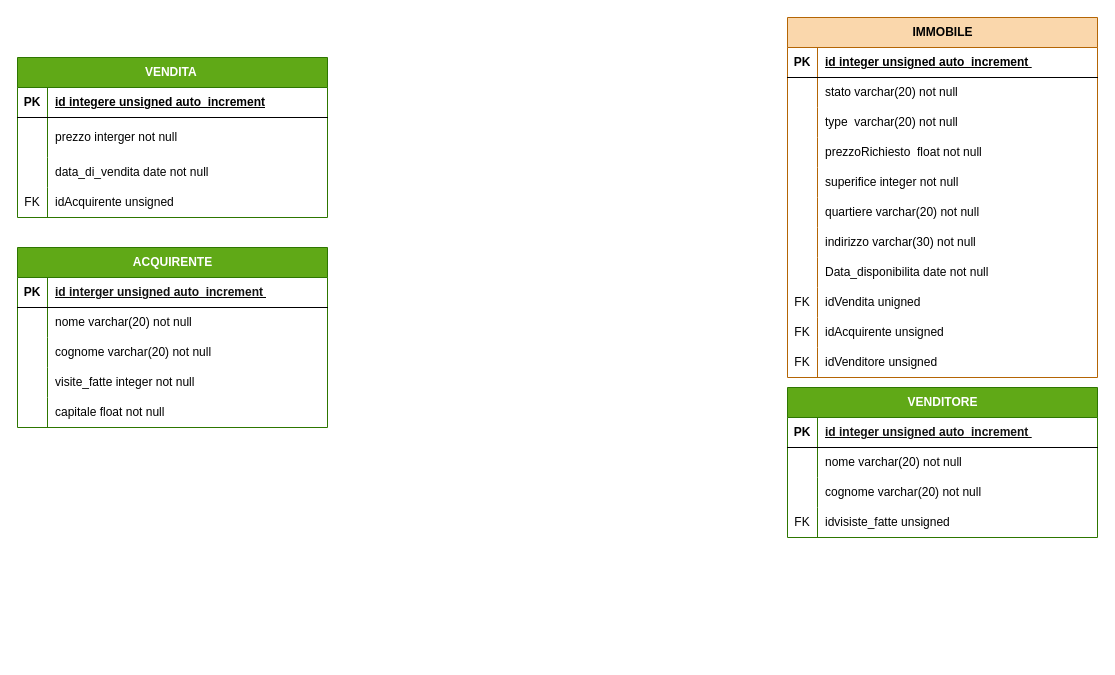
Above: informatica_form_trash_to_pro/csAgenziaImmo/docs/er.drawio in Lanfr4/Galileo_Galilei (draw.io), before the change. Source tidied: cells renumbered, new cells numbered last; positions are measured from the earlier drawing's top-left corner, leaving out a move shared by most shapes. Both pictures are drawn from the tidied source at 100%, with x=0, y=0 at pixel (17, 17).
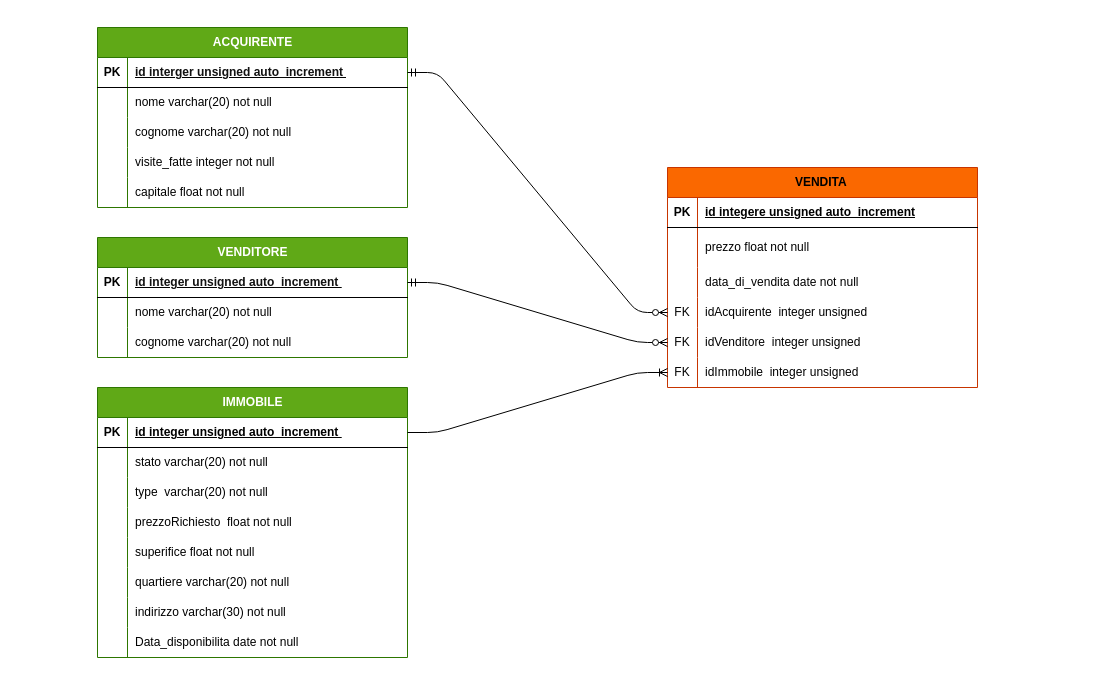
The same page after the edit.

The change refers to these unchanged cells:
```xml
<mxCell id="3" style="shape=tableRow;horizontal=0;startSize=0;swimlaneHead=0;swimlaneBody=0;fillColor=none;points=[[0,0.5],[1,0.5]];portConstraint=eastwest;top=0;left=0;right=0;bottom=1;" parent="2" vertex="1">
  <mxGeometry y="30" width="310" height="30" as="geometry" />
</mxCell>
<mxCell id="19" style="shape=tableRow;horizontal=0;startSize=0;swimlaneHead=0;swimlaneBody=0;fillColor=none;points=[[0,0.5],[1,0.5]];portConstraint=eastwest;top=0;left=0;right=0;bottom=1;" parent="18" vertex="1">
  <mxGeometry y="30" width="310" height="30" as="geometry" />
</mxCell>
<mxCell id="31" style="shape=tableRow;horizontal=0;startSize=0;swimlaneHead=0;swimlaneBody=0;fillColor=none;top=0;left=0;right=0;bottom=0;" parent="18" vertex="1">
  <mxGeometry y="150" width="310" height="30" as="geometry" />
</mxCell>
<mxCell id="56" style="shape=tableRow;horizontal=0;startSize=0;swimlaneHead=0;swimlaneBody=0;fillColor=none;top=0;left=0;right=0;bottom=0;" parent="52" vertex="1">
  <mxGeometry y="60" width="310" height="40" as="geometry" />
</mxCell>
<mxCell id="62" style="shape=tableRow;horizontal=0;startSize=0;swimlaneHead=0;swimlaneBody=0;fillColor=none;points=[[0,0.5],[1,0.5]];portConstraint=eastwest;top=0;left=0;right=0;bottom=0;" parent="52" vertex="1">
  <mxGeometry y="130" width="310" height="30" as="geometry" />
</mxCell>
<mxCell id="66" style="shape=tableRow;horizontal=0;startSize=0;swimlaneHead=0;swimlaneBody=0;fillColor=none;points=[[0,0.5],[1,0.5]];portConstraint=eastwest;top=0;left=0;right=0;bottom=1;" parent="65" vertex="1">
  <mxGeometry y="30" width="310" height="30" as="geometry" />
</mxCell>
```

The edit, as a diff of the source:
```diff
@@
     <mxCell id="2" value="ACQUIRENTE" style="shape=table;startSize=30;childLayout=tableLayout;rowLines=0;fontStyle=1;align=center;html=1;fillColor=#60a917;fontColor=#ffffff;strokeColor=#2D7600;" parent="1" vertex="1">
-      <mxGeometry y="230" width="310" height="180" as="geometry" />
+      <mxGeometry x="80" y="10" width="310" height="180" as="geometry" />
     </mxCell>
@@
-    <mxCell id="18" value="IMMOBILE" style="shape=table;startSize=30;childLayout=tableLayout;rowLines=0;fontStyle=1;align=center;html=1;fillColor=light-dark(#FAD7AC,#FFB366);strokeColor=#b46504;" parent="1" vertex="1">
-      <mxGeometry x="770" width="310" height="360" as="geometry" />
+    <mxCell id="18" value="IMMOBILE" style="shape=table;startSize=30;childLayout=tableLayout;rowLines=0;fontStyle=1;align=center;html=1;fillColor=#60a917;strokeColor=#2D7600;fontColor=#ffffff;" parent="1" vertex="1">
+      <mxGeometry x="80" y="370" width="310" height="270" as="geometry" />
     </mxCell>
@@
-    <mxCell id="33" value="superifice integer not null" style="shape=partialRectangle;fillColor=none;top=0;left=0;bottom=0;right=0;align=left;spacingLeft=6;overflow=hidden;whiteSpace=wrap;html=1;" parent="31" vertex="1">
+    <mxCell id="33" value="superifice float not null" style="shape=partialRectangle;fillColor=none;top=0;left=0;bottom=0;right=0;align=left;spacingLeft=6;overflow=hidden;whiteSpace=wrap;html=1;" parent="31" vertex="1">
       <mxGeometry x="30" width="280" height="30" as="geometry" />
     </mxCell>
@@
-    <mxCell id="43" style="shape=tableRow;horizontal=0;startSize=0;swimlaneHead=0;swimlaneBody=0;fillColor=none;top=0;left=0;right=0;bottom=0;" parent="18" vertex="1">
-      <mxGeometry y="270" width="310" height="30" as="geometry" />
-    </mxCell>
-    <mxCell id="44" value="FK" style="shape=partialRectangle;fillColor=none;top=0;left=0;bottom=0;right=0;overflow=hidden;whiteSpace=wrap;html=1;" parent="43" vertex="1">
-      <mxGeometry width="30" height="30" as="geometry" />
-    </mxCell>
-    <mxCell id="45" value="idVendita unigned" style="shape=partialRectangle;fillColor=none;top=0;left=0;bottom=0;right=0;align=left;spacingLeft=6;overflow=hidden;whiteSpace=wrap;html=1;" parent="43" vertex="1">
-      <mxGeometry x="30" width="280" height="30" as="geometry" />
-    </mxCell>
-    <mxCell id="46" style="shape=tableRow;horizontal=0;startSize=0;swimlaneHead=0;swimlaneBody=0;fillColor=none;top=0;left=0;right=0;bottom=0;" parent="18" vertex="1">
-      <mxGeometry y="300" width="310" height="30" as="geometry" />
-    </mxCell>
-    <mxCell id="47" value="FK" style="shape=partialRectangle;fillColor=none;top=0;left=0;bottom=0;right=0;overflow=hidden;whiteSpace=wrap;html=1;" parent="46" vertex="1">
-      <mxGeometry width="30" height="30" as="geometry" />
-    </mxCell>
-    <mxCell id="48" value="idAcquirente unsigned" style="shape=partialRectangle;fillColor=none;top=0;left=0;bottom=0;right=0;align=left;spacingLeft=6;overflow=hidden;whiteSpace=wrap;html=1;" parent="46" vertex="1">
-      <mxGeometry x="30" width="280" height="30" as="geometry" />
-    </mxCell>
-    <mxCell id="49" style="shape=tableRow;horizontal=0;startSize=0;swimlaneHead=0;swimlaneBody=0;fillColor=none;top=0;left=0;right=0;bottom=0;" parent="18" vertex="1">
-      <mxGeometry y="330" width="310" height="30" as="geometry" />
-    </mxCell>
-    <mxCell id="50" value="FK" style="shape=partialRectangle;fillColor=none;top=0;left=0;bottom=0;right=0;overflow=hidden;whiteSpace=wrap;html=1;" parent="49" vertex="1">
-      <mxGeometry width="30" height="30" as="geometry" />
-    </mxCell>
-    <mxCell id="51" value="idVenditore unsigned" style="shape=partialRectangle;fillColor=none;top=0;left=0;bottom=0;right=0;align=left;spacingLeft=6;overflow=hidden;whiteSpace=wrap;html=1;" parent="49" vertex="1">
-      <mxGeometry x="30" width="280" height="30" as="geometry" />
-    </mxCell>
-    <mxCell id="52" value="VENDITA&amp;nbsp;" style="shape=table;startSize=30;childLayout=tableLayout;rowLines=0;fontStyle=1;align=center;html=1;fillColor=#60a917;fontColor=#ffffff;strokeColor=#2D7600;" parent="1" vertex="1">
-      <mxGeometry y="40" width="310" height="160" as="geometry" />
+    <mxCell id="52" value="VENDITA&amp;nbsp;" style="shape=table;startSize=30;childLayout=tableLayout;rowLines=0;fontStyle=1;align=center;html=1;fillColor=#fa6800;fontColor=#000000;strokeColor=#C73500;" parent="1" vertex="1">
+      <mxGeometry x="650" y="150" width="310" height="220" as="geometry" />
     </mxCell>
@@
-    <mxCell id="58" value="prezzo interger not null" style="shape=partialRectangle;fillColor=none;top=0;left=0;bottom=0;right=0;align=left;spacingLeft=6;overflow=hidden;whiteSpace=wrap;html=1;" parent="56" vertex="1">
+    <mxCell id="58" value="prezzo float not null" style="shape=partialRectangle;fillColor=none;top=0;left=0;bottom=0;right=0;align=left;spacingLeft=6;overflow=hidden;whiteSpace=wrap;html=1;" parent="56" vertex="1">
       <mxGeometry x="30" width="280" height="40" as="geometry" />
     </mxCell>
@@
-    <mxCell id="64" value="idAcquirente unsigned" style="shape=partialRectangle;fillColor=none;top=0;left=0;bottom=0;right=0;align=left;spacingLeft=6;overflow=hidden;whiteSpace=wrap;html=1;" parent="62" vertex="1">
+    <mxCell id="64" value="idAcquirente&amp;nbsp; integer unsigned" style="shape=partialRectangle;fillColor=none;top=0;left=0;bottom=0;right=0;align=left;spacingLeft=6;overflow=hidden;whiteSpace=wrap;html=1;" parent="62" vertex="1">
       <mxGeometry x="30" width="280" height="30" as="geometry" />
     </mxCell>
+    <mxCell id="78" style="shape=tableRow;horizontal=0;startSize=0;swimlaneHead=0;swimlaneBody=0;fillColor=none;points=[[0,0.5],[1,0.5]];portConstraint=eastwest;top=0;left=0;right=0;bottom=0;" parent="52" vertex="1">
+      <mxGeometry y="160" width="310" height="30" as="geometry" />
+    </mxCell>
+    <mxCell id="79" value="FK" style="shape=partialRectangle;fillColor=none;top=0;left=0;bottom=0;right=0;overflow=hidden;whiteSpace=wrap;html=1;" parent="78" vertex="1">
+      <mxGeometry width="30" height="30" as="geometry" />
+    </mxCell>
+    <mxCell id="80" value="idVenditore&amp;nbsp; integer unsigned" style="shape=partialRectangle;fillColor=none;top=0;left=0;bottom=0;right=0;align=left;spacingLeft=6;overflow=hidden;whiteSpace=wrap;html=1;" parent="78" vertex="1">
+      <mxGeometry x="30" width="280" height="30" as="geometry" />
+    </mxCell>
+    <mxCell id="81" style="shape=tableRow;horizontal=0;startSize=0;swimlaneHead=0;swimlaneBody=0;fillColor=none;points=[[0,0.5],[1,0.5]];portConstraint=eastwest;top=0;left=0;right=0;bottom=0;" parent="52" vertex="1">
+      <mxGeometry y="190" width="310" height="30" as="geometry" />
+    </mxCell>
+    <mxCell id="82" value="FK" style="shape=partialRectangle;fillColor=none;top=0;left=0;bottom=0;right=0;overflow=hidden;whiteSpace=wrap;html=1;" parent="81" vertex="1">
+      <mxGeometry width="30" height="30" as="geometry" />
+    </mxCell>
+    <mxCell id="83" value="idImmobile&amp;nbsp; integer unsigned" style="shape=partialRectangle;fillColor=none;top=0;left=0;bottom=0;right=0;align=left;spacingLeft=6;overflow=hidden;whiteSpace=wrap;html=1;" parent="81" vertex="1">
+      <mxGeometry x="30" width="280" height="30" as="geometry" />
+    </mxCell>
     <mxCell id="65" value="VENDITORE" style="shape=table;startSize=30;childLayout=tableLayout;rowLines=0;fontStyle=1;align=center;html=1;fillColor=#60a917;fontColor=#ffffff;strokeColor=#2D7600;" parent="1" vertex="1">
-      <mxGeometry x="770" y="370" width="310" height="150" as="geometry" />
+      <mxGeometry x="80" y="220" width="310" height="120" as="geometry" />
     </mxCell>
@@
-    <mxCell id="75" style="shape=tableRow;horizontal=0;startSize=0;swimlaneHead=0;swimlaneBody=0;fillColor=none;top=0;left=0;right=0;bottom=0;" parent="65" vertex="1">
-      <mxGeometry y="120" width="310" height="30" as="geometry" />
-    </mxCell>
-    <mxCell id="76" value="FK" style="shape=partialRectangle;fillColor=none;top=0;left=0;bottom=0;right=0;overflow=hidden;whiteSpace=wrap;html=1;" parent="75" vertex="1">
-      <mxGeometry width="30" height="30" as="geometry" />
-    </mxCell>
-    <mxCell id="77" value="idvisiste_fatte unsigned" style="shape=partialRectangle;fillColor=none;top=0;left=0;bottom=0;right=0;align=left;spacingLeft=6;overflow=hidden;whiteSpace=wrap;html=1;" parent="75" vertex="1">
-      <mxGeometry x="30" width="280" height="30" as="geometry" />
-    </mxCell>
+    <mxCell id="84" style="edgeStyle=entityRelationEdgeStyle;fontSize=12;html=1;endArrow=ERzeroToMany;startArrow=ERmandOne;exitX=1;exitY=0.5;exitDx=0;exitDy=0;entryX=0;entryY=0.5;entryDx=0;entryDy=0;" parent="1" edge="1" source="3" target="62">
+      <mxGeometry relative="1" as="geometry" />
+    </mxCell>
+    <mxCell id="85" style="edgeStyle=entityRelationEdgeStyle;fontSize=12;html=1;endArrow=ERzeroToMany;startArrow=ERmandOne;exitX=1;exitY=0.5;exitDx=0;exitDy=0;entryX=0;entryY=0.5;entryDx=0;entryDy=0;" parent="1" edge="1" source="66" target="78">
+      <mxGeometry relative="1" as="geometry" />
+    </mxCell>
+    <mxCell id="86" style="edgeStyle=entityRelationEdgeStyle;fontSize=12;html=1;endArrow=ERoneToMany;exitX=1;exitY=0.5;exitDx=0;exitDy=0;entryX=0;entryY=0.5;entryDx=0;entryDy=0;" parent="1" edge="1" source="19" target="81">
+      <mxGeometry relative="1" as="geometry" />
+    </mxCell>
```
